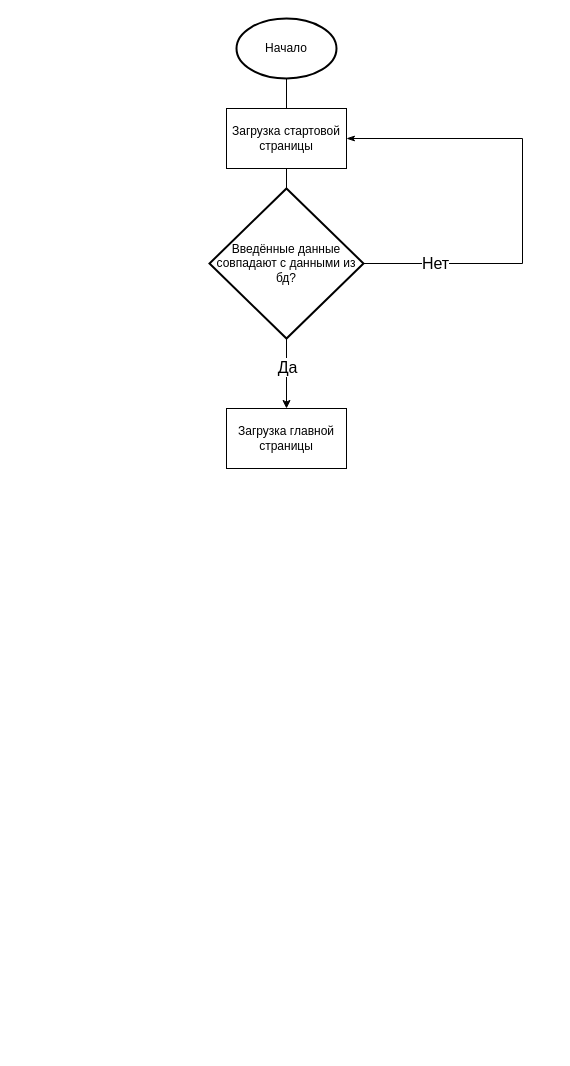
Earlier version of the draw.io diagram 2020glo1.drawio (FortunaMAKSIM/glo). Source tidied: cells renumbered, new cells numbered last; positions are measured from the earlier drawing's top-left corner, leaving out a move shared by most shapes. Both pictures are drawn from the tidied source at 100%, with x=0, y=0 at pixel (209, 18).
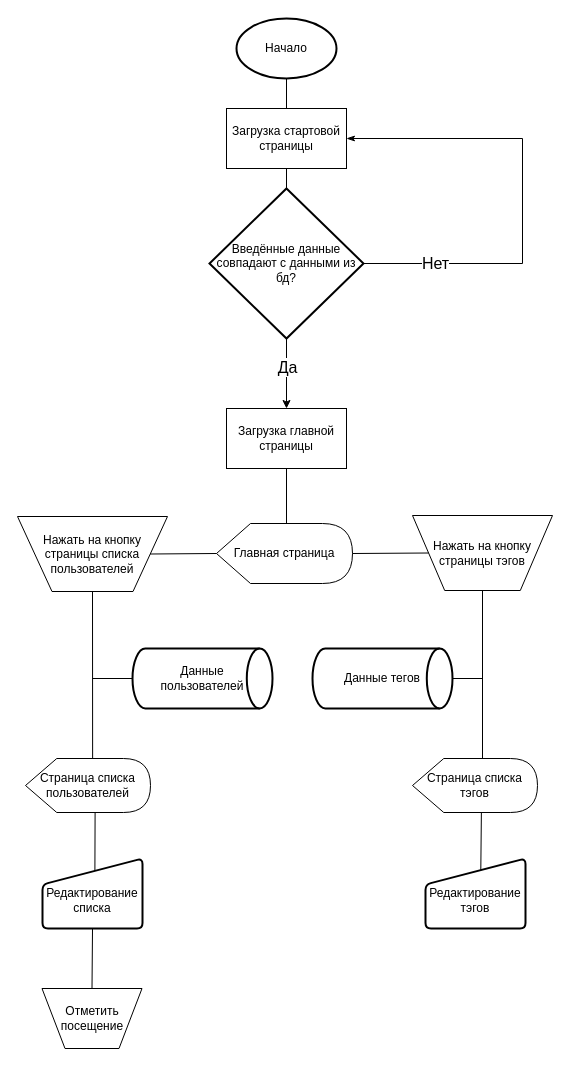
After the change.

Diff of the diagram source:
```diff
@@
+    <mxCell id="12" value="Главная страница" style="shape=display;whiteSpace=wrap;html=1;" parent="1" vertex="1">
+      <mxGeometry x="7" y="505" width="136" height="60" as="geometry" />
+    </mxCell>
+    <mxCell id="13" style="endArrow=none;html=1;rounded=0;exitX=0.5;exitY=1;exitDx=0;exitDy=0;entryX=0;entryY=0;entryDx=70;entryDy=0;entryPerimeter=0;" parent="1" edge="1" target="12">
+      <mxGeometry relative="1" as="geometry">
+        <mxPoint x="77" y="450" as="sourcePoint" />
+      </mxGeometry>
+    </mxCell>
+    <mxCell id="14" value="Нажать на кнопку страницы списка пользователей" style="verticalLabelPosition=middle;verticalAlign=middle;html=1;shape=trapezoid;perimeter=trapezoidPerimeter;whiteSpace=wrap;size=0.23;arcSize=10;flipV=1;labelPosition=center;align=center;" parent="1" vertex="1">
+      <mxGeometry x="-192" y="498" width="150" height="75" as="geometry" />
+    </mxCell>
+    <mxCell id="15" value="Нажать на кнопку страницы тэгов" style="verticalLabelPosition=middle;verticalAlign=middle;html=1;shape=trapezoid;perimeter=trapezoidPerimeter;whiteSpace=wrap;size=0.23;arcSize=10;flipV=1;labelPosition=center;align=center;" parent="1" vertex="1">
+      <mxGeometry x="203" y="497" width="140" height="75" as="geometry" />
+    </mxCell>
+    <mxCell id="16" style="endArrow=none;html=1;rounded=0;entryX=0;entryY=0.5;entryDx=0;entryDy=0;entryPerimeter=0;exitX=1;exitY=0.5;exitDx=0;exitDy=0;" parent="1" edge="1" source="14" target="12">
+      <mxGeometry relative="1" as="geometry" />
+    </mxCell>
+    <mxCell id="17" style="endArrow=none;html=1;rounded=0;entryX=0;entryY=0.5;entryDx=0;entryDy=0;exitX=1;exitY=0.5;exitDx=0;exitDy=0;exitPerimeter=0;" parent="1" edge="1" source="12" target="15">
+      <mxGeometry relative="1" as="geometry" />
+    </mxCell>
+    <mxCell id="18" value="Страница списка пользователей" style="shape=display;whiteSpace=wrap;html=1;" parent="1" vertex="1">
+      <mxGeometry x="-184" y="740" width="125" height="54" as="geometry" />
+    </mxCell>
+    <mxCell id="19" style="endArrow=none;html=1;rounded=0;entryX=0.5;entryY=1;entryDx=0;entryDy=0;exitX=0.537;exitY=0.005;exitDx=0;exitDy=0;exitPerimeter=0;" parent="1" edge="1" source="18" target="14">
+      <mxGeometry relative="1" as="geometry" />
+    </mxCell>
+    <mxCell id="20" style="endArrow=none;html=1;rounded=0;entryX=0.5;entryY=1;entryDx=0;entryDy=0;exitX=0;exitY=0;exitDx=40;exitDy=0;exitPerimeter=0;" parent="1" edge="1" target="15">
+      <mxGeometry relative="1" as="geometry">
+        <mxPoint x="273" y="742" as="sourcePoint" />
+      </mxGeometry>
+    </mxCell>
+    <mxCell id="21" value="Данные&lt;br&gt;пользователей" style="strokeWidth=2;html=1;shape=mxgraph.flowchart.direct_data;whiteSpace=wrap;" parent="1" vertex="1">
+      <mxGeometry x="-77" y="630" width="140" height="60" as="geometry" />
+    </mxCell>
+    <mxCell id="22" value="Данные тегов" style="strokeWidth=2;html=1;shape=mxgraph.flowchart.direct_data;whiteSpace=wrap;" parent="1" vertex="1">
+      <mxGeometry x="103" y="630" width="140" height="60" as="geometry" />
+    </mxCell>
+    <mxCell id="23" style="endArrow=none;html=1;rounded=0;entryX=0;entryY=0.5;entryDx=0;entryDy=0;entryPerimeter=0;" parent="1" edge="1" target="21">
+      <mxGeometry relative="1" as="geometry">
+        <mxPoint x="-117" y="660" as="sourcePoint" />
+      </mxGeometry>
+    </mxCell>
+    <mxCell id="24" style="endArrow=none;html=1;rounded=0;exitX=1;exitY=0.5;exitDx=0;exitDy=0;exitPerimeter=0;" parent="1" edge="1" source="22">
+      <mxGeometry relative="1" as="geometry">
+        <mxPoint x="273" y="660" as="targetPoint" />
+      </mxGeometry>
+    </mxCell>
+    <mxCell id="25" value="Страница списка тэгов" style="shape=display;whiteSpace=wrap;html=1;" parent="1" vertex="1">
+      <mxGeometry x="203" y="740" width="125" height="54" as="geometry" />
+    </mxCell>
+    <mxCell id="26" value="&lt;br&gt;Редактирование списка" style="html=1;strokeWidth=2;shape=manualInput;whiteSpace=wrap;rounded=1;size=26;arcSize=11;" parent="1" vertex="1">
+      <mxGeometry x="-167" y="840" width="100" height="70" as="geometry" />
+    </mxCell>
+    <mxCell id="27" value="&lt;br&gt;Редактирование тэгов" style="html=1;strokeWidth=2;shape=manualInput;whiteSpace=wrap;rounded=1;size=26;arcSize=11;" parent="1" vertex="1">
+      <mxGeometry x="216" y="840" width="100" height="70" as="geometry" />
+    </mxCell>
+    <mxCell id="28" value="Отметить посещение" style="verticalLabelPosition=middle;verticalAlign=middle;html=1;shape=trapezoid;perimeter=trapezoidPerimeter;whiteSpace=wrap;size=0.23;arcSize=10;flipV=1;labelPosition=center;align=center;" parent="1" vertex="1">
+      <mxGeometry x="-167.5" y="970" width="100" height="60" as="geometry" />
+    </mxCell>
+    <mxCell id="29" style="endArrow=none;html=1;rounded=0;entryX=0;entryY=0;entryDx=64.625;entryDy=54;entryPerimeter=0;exitX=0.524;exitY=0.174;exitDx=0;exitDy=0;exitPerimeter=0;" parent="1" edge="1" source="26">
+      <mxGeometry relative="1" as="geometry">
+        <mxPoint x="-114.4" y="794" as="targetPoint" />
+      </mxGeometry>
+    </mxCell>
+    <mxCell id="30" style="endArrow=none;html=1;rounded=0;entryX=0.5;entryY=1;entryDx=0;entryDy=0;exitX=0.5;exitY=0;exitDx=0;exitDy=0;" parent="1" edge="1" source="28" target="26">
+      <mxGeometry relative="1" as="geometry" />
+    </mxCell>
+    <mxCell id="31" style="endArrow=none;html=1;rounded=0;entryX=0.551;entryY=1.004;entryDx=0;entryDy=0;entryPerimeter=0;exitX=0.553;exitY=0.173;exitDx=0;exitDy=0;exitPerimeter=0;" parent="1" edge="1" source="27" target="25">
+      <mxGeometry relative="1" as="geometry" />
+    </mxCell>
```
